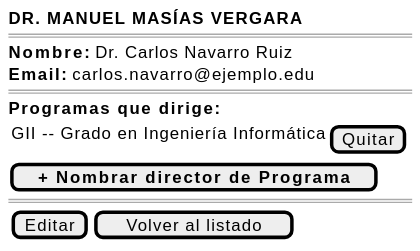
The PlantUML diagram images/RUP/01-requisitos/03-detalle-casos-uso/abrirProfesor/wireframe.svg in mmasias/pyCeldaPublico, before a commit. Its diagram source:
```plantuml
@startsalt abrirProfesor-wireframe
{
    <b>DR. MANUEL MASÍAS VERGARA</b>
    ====
    <b>Nombre:</b> Dr. Carlos Navarro Ruiz
    <b>Email:</b> carlos.navarro@ejemplo.edu
    ====
    <b>Programas que dirige:</b>
    {
        {GII -- Grado en Ingeniería Informática | [Quitar]}
    }
    [ <b>+ Nombrar director de Programa</b> ]
    ====
    {[Editar] | [Volver al listado]}
}
@endsalt
```
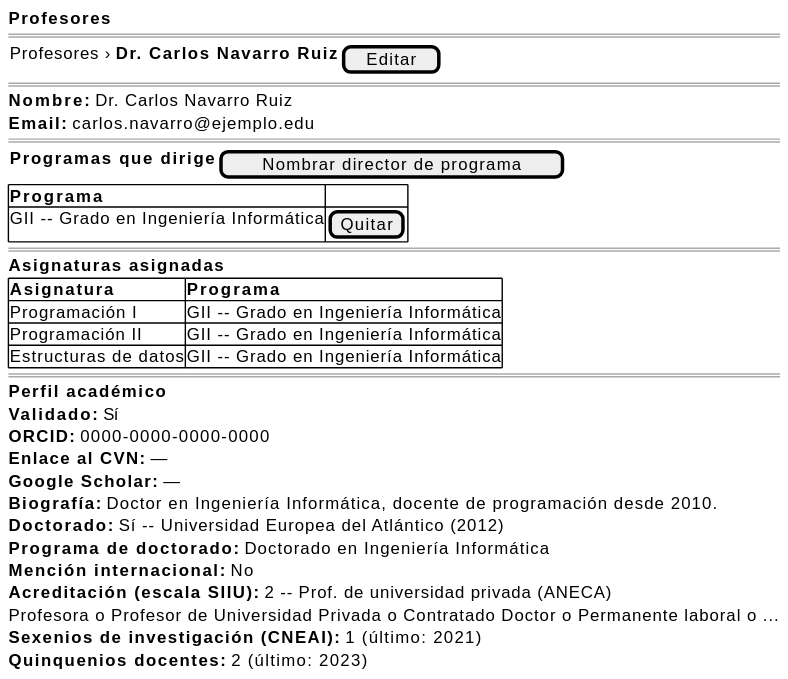
Above is the later version.

What changed in the source:
```diff
@@ -1,16 +1,38 @@
 @startsalt abrirProfesor-wireframe
 {
-    <b>DR. MANUEL MASÍAS VERGARA</b>
+    <b>Profesores</b>
+    ====
+    { Profesores › <b>Dr. Carlos Navarro Ruiz</b> | [ Editar ] }
     ====
     <b>Nombre:</b> Dr. Carlos Navarro Ruiz
     <b>Email:</b> carlos.navarro@ejemplo.edu
     ====
-    <b>Programas que dirige:</b>
-    {
-        {GII -- Grado en Ingeniería Informática | [Quitar]}
+    { <b>Programas que dirige</b> | [ Nombrar director de programa ] }
+    {#
+        <b>Programa</b> | .
+        GII -- Grado en Ingeniería Informática | [Quitar]
     }
-    [ <b>+ Nombrar director de Programa</b> ]
     ====
-    {[Editar] | [Volver al listado]}
+    <b>Asignaturas asignadas</b>
+    {#
+        <b>Asignatura</b> | <b>Programa</b>
+        Programación I | GII -- Grado en Ingeniería Informática
+        Programación II | GII -- Grado en Ingeniería Informática
+        Estructuras de datos | GII -- Grado en Ingeniería Informática
+    }
+    ====
+    <b>Perfil académico</b>
+    <b>Validado:</b> Sí
+    <b>ORCID:</b> 0000-0000-0000-0000
+    <b>Enlace al CVN:</b> —
+    <b>Google Scholar:</b> —
+    <b>Biografía:</b> Doctor en Ingeniería Informática, docente de programación desde 2010.
+    <b>Doctorado:</b> Sí -- Universidad Europea del Atlántico (2012)
+    <b>Programa de doctorado:</b> Doctorado en Ingeniería Informática
+    <b>Mención internacional:</b> No
+    <b>Acreditación (escala SIIU):</b> 2 -- Prof. de universidad privada (ANECA)
+    Profesora o Profesor de Universidad Privada o Contratado Doctor o Permanente laboral o ...
+    <b>Sexenios de investigación (CNEAI):</b> 1 (último: 2021)
+    <b>Quinquenios docentes:</b> 2 (último: 2023)
 }
 @endsalt
```
